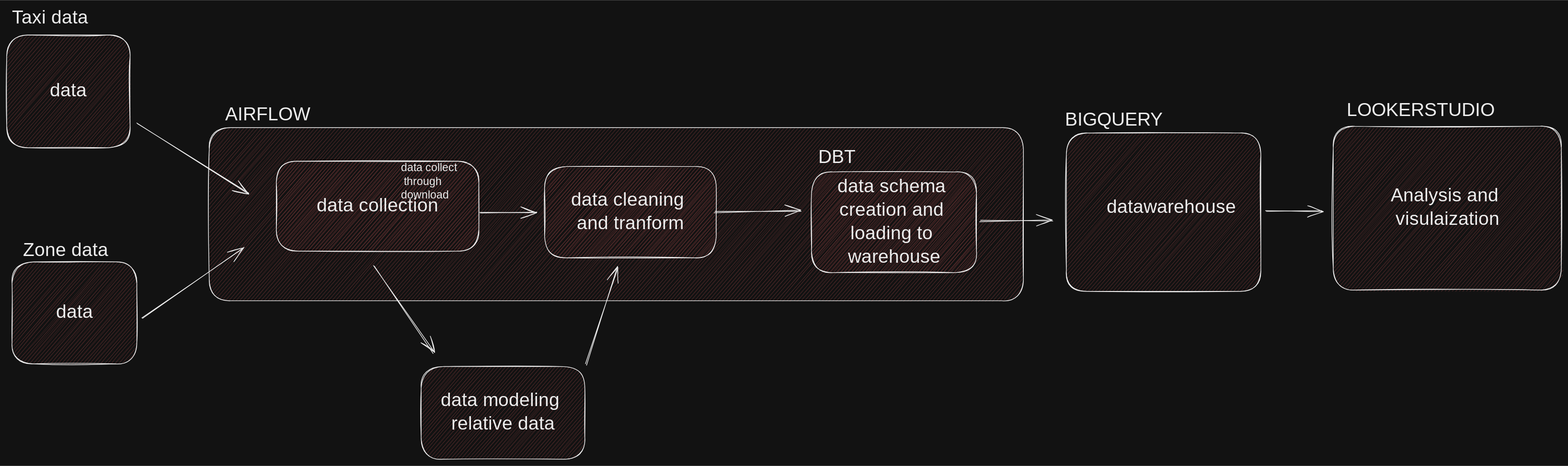
This is reports/figures/taxi_ELT.excalidraw.svg from rr4323/Uber-Data-Analysis, a Excalidraw export, as it was before one commit. Source tidied: one line per element, renumbered; positions are measured from the earlier drawing's top-left corner, leaving out a move shared by most shapes. Its diagram source:
```json
{"id": 0, "type": "rectangle", "strokeColor": "#000000", "backgroundColor": "#ffc9c9", "fillStyle": "hachure", "strokeWidth": 1, "roughness": 1, "round": true, "x": 302, "y": 180, "width": 1214, "height": 258}
{"id": 1, "type": "text", "text": "AIRFLOW", "strokeColor": "#000000", "backgroundColor": "#ffc9c9", "fillStyle": "hachure", "strokeWidth": 1, "roughness": 1, "fontSize": 28, "fontFamily": 1, "x": 326, "y": 144, "width": 127, "height": 35}
{"id": 2, "type": "rectangle", "strokeColor": "#000000", "backgroundColor": "#ffc9c9", "fillStyle": "hachure", "strokeWidth": 1, "roughness": 1, "round": true, "x": 802, "y": 238, "width": 256, "height": 136}
{"id": 3, "type": "text", "text": "data cleaning \nand tranform", "strokeColor": "#000000", "backgroundColor": "#ffc9c9", "fillStyle": "hachure", "strokeWidth": 1, "roughness": 1, "fontSize": 28, "fontFamily": 1, "textAlign": "center", "verticalAlign": "middle", "inside": 2, "x": 831, "y": 271, "width": 199, "height": 70}
{"id": 4, "type": "rectangle", "strokeColor": "#000000", "backgroundColor": "#ffc9c9", "fillStyle": "hachure", "strokeWidth": 1, "roughness": 1, "round": true, "x": 1200, "y": 246, "width": 246, "height": 150}
{"id": 5, "type": "text", "text": "data schema \ncreation and \nloading to \nwarehouse", "strokeColor": "#000000", "backgroundColor": "#ffc9c9", "fillStyle": "hachure", "strokeWidth": 1, "roughness": 1, "fontSize": 28, "fontFamily": 1, "textAlign": "center", "verticalAlign": "middle", "inside": 4, "x": 1227, "y": 251, "width": 192, "height": 140}
{"id": 6, "type": "rectangle", "strokeColor": "#000000", "backgroundColor": "#ffc9c9", "fillStyle": "hachure", "strokeWidth": 1, "roughness": 1, "round": true, "x": 1580, "y": 188, "width": 290, "height": 236}
{"id": 7, "type": "text", "text": "BIGQUERY", "strokeColor": "#000000", "backgroundColor": "#ffc9c9", "fillStyle": "hachure", "strokeWidth": 1, "roughness": 1, "fontSize": 28, "fontFamily": 1, "x": 1578, "y": 152, "width": 150, "height": 35}
{"id": 8, "type": "text", "text": "datawarehouse", "strokeColor": "#000000", "backgroundColor": "#ffc9c9", "fillStyle": "hachure", "strokeWidth": 1, "roughness": 1, "fontSize": 28, "fontFamily": 1, "x": 1640, "y": 282, "width": 208, "height": 35}
{"id": 9, "type": "arrow", "strokeColor": "#000000", "backgroundColor": "#ffc9c9", "fillStyle": "hachure", "strokeWidth": 1, "roughness": 1, "endArrowhead": "arrow", "round": true, "from": 4, "to": 6, "x": 1452, "y": 319, "width": 108, "height": 0, "points": [[0, 0], [108, 0]]}
{"id": 10, "type": "rectangle", "strokeColor": "#000000", "backgroundColor": "#ffc9c9", "fillStyle": "hachure", "strokeWidth": 1, "roughness": 1, "round": true, "x": 1978, "y": 178, "width": 340, "height": 244}
{"id": 11, "type": "text", "text": "Analysis and \nvisulaization", "strokeColor": "#000000", "backgroundColor": "#ffc9c9", "fillStyle": "hachure", "strokeWidth": 1, "roughness": 1, "fontSize": 28, "fontFamily": 1, "textAlign": "center", "verticalAlign": "middle", "inside": 10, "x": 2057, "y": 265, "width": 183, "height": 70}
{"id": 12, "type": "arrow", "strokeColor": "#000000", "backgroundColor": "#ffc9c9", "fillStyle": "hachure", "strokeWidth": 1, "roughness": 1, "endArrowhead": "arrow", "round": true, "from": 6, "to": 10, "x": 1878, "y": 305, "width": 84, "height": 1, "points": [[0, 0], [84, -1]]}
{"id": 13, "type": "text", "text": "LOOKERSTUDIO", "strokeColor": "#000000", "backgroundColor": "#ffc9c9", "fillStyle": "hachure", "strokeWidth": 1, "roughness": 1, "fontSize": 28, "fontFamily": 1, "x": 1998, "y": 138, "width": 229, "height": 35}
{"id": 14, "type": "rectangle", "strokeColor": "#000000", "backgroundColor": "#ffc9c9", "fillStyle": "hachure", "strokeWidth": 1, "roughness": 1, "round": true, "x": 402, "y": 230, "width": 302, "height": 134}
{"id": 15, "type": "text", "text": "data collection", "strokeColor": "#000000", "backgroundColor": "#ffc9c9", "fillStyle": "hachure", "strokeWidth": 1, "roughness": 1, "fontSize": 28, "fontFamily": 1, "textAlign": "center", "verticalAlign": "middle", "inside": 14, "x": 449, "y": 280, "width": 207, "height": 35}
{"id": 16, "type": "arrow", "strokeColor": "#000000", "backgroundColor": "#ffc9c9", "fillStyle": "hachure", "strokeWidth": 1, "roughness": 1, "endArrowhead": "arrow", "round": true, "from": 14, "to": 2, "x": 706, "y": 307, "width": 84, "height": 0, "points": [[0, 0], [84, 0]]}
{"id": 17, "type": "arrow", "strokeColor": "#000000", "backgroundColor": "#ffc9c9", "fillStyle": "hachure", "strokeWidth": 1, "roughness": 1, "endArrowhead": "arrow", "round": true, "to": 4, "x": 1056, "y": 306, "width": 128, "height": 2, "points": [[0, 0], [128, -2]]}
{"id": 18, "type": "rectangle", "strokeColor": "#000000", "backgroundColor": "#ffc9c9", "fillStyle": "hachure", "strokeWidth": 1, "roughness": 1, "round": true, "x": 0, "y": 42, "width": 184, "height": 168}
{"id": 19, "type": "text", "text": "data", "strokeColor": "#000000", "backgroundColor": "#ffc9c9", "fillStyle": "hachure", "strokeWidth": 1, "roughness": 1, "fontSize": 28, "fontFamily": 1, "textAlign": "center", "verticalAlign": "middle", "inside": 18, "x": 57, "y": 108, "width": 69, "height": 35}
{"id": 20, "type": "text", "text": "Taxi data", "strokeColor": "#000000", "backgroundColor": "#ffc9c9", "fillStyle": "hachure", "strokeWidth": 1, "roughness": 1, "fontSize": 28, "fontFamily": 1, "x": 8, "y": 0, "width": 146, "height": 35}
{"id": 21, "type": "arrow", "strokeColor": "#000000", "backgroundColor": "#ffc9c9", "fillStyle": "hachure", "strokeWidth": 1, "roughness": 1, "endArrowhead": "arrow", "round": true, "from": 18, "x": 194, "y": 174, "width": 166, "height": 104, "points": [[0, 0], [166, 104]]}
{"id": 22, "type": "rectangle", "strokeColor": "#000000", "backgroundColor": "#ffc9c9", "fillStyle": "hachure", "strokeWidth": 1, "roughness": 1, "round": true, "x": 8, "y": 380, "width": 186, "height": 152}
{"id": 23, "type": "text", "text": "data", "strokeColor": "#000000", "backgroundColor": "#ffc9c9", "fillStyle": "hachure", "strokeWidth": 1, "roughness": 1, "fontSize": 28, "fontFamily": 1, "textAlign": "center", "verticalAlign": "middle", "inside": 22, "x": 66, "y": 438, "width": 69, "height": 35}
{"id": 24, "type": "text", "text": "Zone data", "strokeColor": "#000000", "backgroundColor": "#ffc9c9", "fillStyle": "hachure", "strokeWidth": 1, "roughness": 1, "fontSize": 28, "fontFamily": 1, "x": 24, "y": 346, "width": 149, "height": 35}
{"id": 25, "type": "arrow", "strokeColor": "#000000", "backgroundColor": "#ffc9c9", "fillStyle": "hachure", "strokeWidth": 1, "roughness": 1, "endArrowhead": "arrow", "round": true, "from": 22, "x": 202, "y": 463, "width": 152, "height": 104, "points": [[0, 0], [152, -104]]}
{"id": 26, "type": "arrow", "strokeColor": "#000000", "backgroundColor": "#ffc9c9", "fillStyle": "hachure", "strokeWidth": 1, "roughness": 1, "endArrowhead": "arrow", "round": true, "from": 14, "to": 27, "x": 548, "y": 386, "width": 89, "height": 130, "points": [[0, 0], [89, 130]]}
{"id": 27, "type": "rectangle", "strokeColor": "#000000", "backgroundColor": "#ffc9c9", "fillStyle": "hachure", "strokeWidth": 1, "roughness": 1, "round": true, "x": 618, "y": 536, "width": 244, "height": 138}
{"id": 28, "type": "text", "text": "data modeling \nrelative data", "strokeColor": "#000000", "backgroundColor": "#ffc9c9", "fillStyle": "hachure", "strokeWidth": 1, "roughness": 1, "fontSize": 28, "fontFamily": 1, "textAlign": "center", "verticalAlign": "middle", "inside": 27, "x": 639, "y": 570, "width": 202, "height": 70}
{"id": 29, "type": "arrow", "strokeColor": "#000000", "backgroundColor": "#ffc9c9", "fillStyle": "hachure", "strokeWidth": 1, "roughness": 1, "endArrowhead": "arrow", "round": true, "from": 27, "to": 2, "x": 864, "y": 533, "width": 47, "height": 145, "points": [[0, 0], [47, -145]]}
{"id": 30, "type": "text", "text": "DBT", "strokeColor": "#000000", "backgroundColor": "#ffc9c9", "fillStyle": "hachure", "strokeWidth": 1, "roughness": 1, "fontSize": 28, "fontFamily": 1, "x": 1210, "y": 208, "width": 65, "height": 35}
{"id": 31, "type": "text", "text": "data collect\n through \ndownload", "strokeColor": "#000000", "backgroundColor": "#ffc9c9", "fillStyle": "hachure", "strokeWidth": 1, "roughness": 1, "fontSize": 16.32, "fontFamily": 1, "x": 588, "y": 230, "width": 100, "height": 61}
```
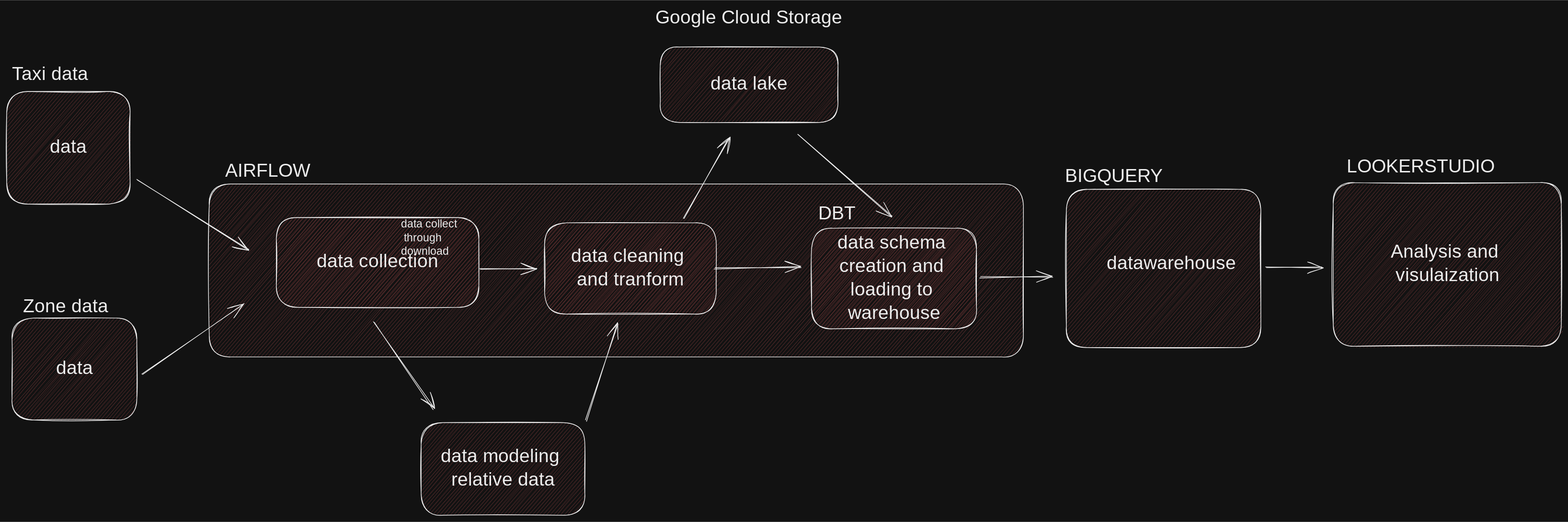
The same diagram one commit later.

Commit message:
modify ELT architecture

Change to the diagram source:
```diff
@@ -30,3 +30,8 @@
 {"id": 29, "type": "arrow", "strokeColor": "#000000", "backgroundColor": "#ffc9c9", "fillStyle": "hachure", "strokeWidth": 1, "roughness": 1, "endArrowhead": "arrow", "round": true, "from": 27, "to": 2, "x": 864, "y": 533, "width": 47, "height": 145, "points": [[0, 0], [47, -145]]}
 {"id": 30, "type": "text", "text": "DBT", "strokeColor": "#000000", "backgroundColor": "#ffc9c9", "fillStyle": "hachure", "strokeWidth": 1, "roughness": 1, "fontSize": 28, "fontFamily": 1, "x": 1210, "y": 208, "width": 65, "height": 35}
 {"id": 31, "type": "text", "text": "data collect\n through \ndownload", "strokeColor": "#000000", "backgroundColor": "#ffc9c9", "fillStyle": "hachure", "strokeWidth": 1, "roughness": 1, "fontSize": 16.32, "fontFamily": 1, "x": 588, "y": 230, "width": 100, "height": 61}
+{"id": 32, "type": "rectangle", "strokeColor": "#000000", "backgroundColor": "#ffc9c9", "fillStyle": "hachure", "strokeWidth": 1, "roughness": 1, "round": true, "x": 974, "y": -24, "width": 265, "height": 112}
+{"id": 33, "type": "text", "text": "data lake", "strokeColor": "#000000", "backgroundColor": "#ffc9c9", "fillStyle": "hachure", "strokeWidth": 1, "roughness": 1, "fontSize": 28, "fontFamily": 1, "textAlign": "center", "verticalAlign": "middle", "inside": 32, "x": 1038, "y": 14, "width": 138, "height": 35}
+{"id": 34, "type": "text", "text": "Google Cloud Storage", "strokeColor": "#000000", "backgroundColor": "#ffc9c9", "fillStyle": "hachure", "strokeWidth": 1, "roughness": 1, "fontSize": 28, "fontFamily": 1, "x": 967, "y": -84, "width": 299, "height": 35}
+{"id": 35, "type": "arrow", "strokeColor": "#000000", "backgroundColor": "#ffc9c9", "fillStyle": "hachure", "strokeWidth": 1, "roughness": 1, "endArrowhead": "arrow", "round": true, "from": 2, "to": 32, "x": 1009, "y": 231, "width": 68, "height": 120, "points": [[0, 0], [68, -120]]}
+{"id": 36, "type": "arrow", "strokeColor": "#000000", "backgroundColor": "#ffc9c9", "fillStyle": "hachure", "strokeWidth": 1, "roughness": 1, "endArrowhead": "arrow", "round": true, "from": 32, "to": 4, "x": 1179, "y": 106, "width": 140, "height": 122, "points": [[0, 0], [140, 122]]}
```
